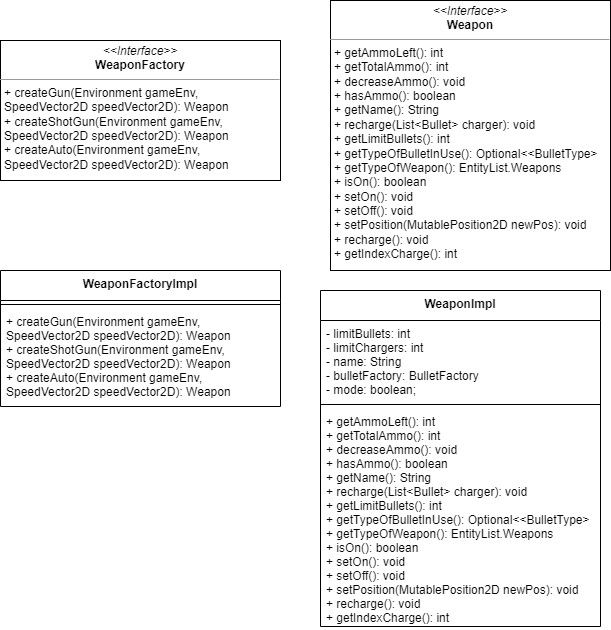
Above: Documentation/relazione/img/Weapon.png in Pensilina14/bullet-ballet (draw.io), before the change. Source tidied: cells renumbered, new cells last; positions are measured from the earlier drawing's top-left corner, leaving out a move shared by most shapes. Its diagram source:
```xml
<mxGraphModel>
  <root>
    <mxCell id="0" />
    <mxCell id="1" parent="0" />
    <mxCell id="2" value="WeaponImpl" style="swimlane;fontStyle=1;align=center;verticalAlign=top;horizontal=1;startSize=30;" parent="1" vertex="1">
      <mxGeometry x="320" y="290" width="280" height="336" as="geometry" />
    </mxCell>
    <mxCell id="3" value="- limitBullets: int&#10;- limitChargers: int&#10;- name: String&#10;- bulletFactory: BulletFactory&#10;- mode: boolean;" style="text;strokeColor=none;fillColor=none;align=left;verticalAlign=top;spacingLeft=4;spacingRight=4;overflow=hidden;" parent="2" vertex="1">
      <mxGeometry y="30" width="280" height="80" as="geometry" />
    </mxCell>
    <mxCell id="4" style="line;strokeWidth=1;fillColor=none;align=left;verticalAlign=middle;spacingTop=-1;spacingLeft=3;spacingRight=3;labelPosition=right;" parent="2" vertex="1">
      <mxGeometry y="110" width="280" height="8" as="geometry" />
    </mxCell>
    <mxCell id="5" value="+ getAmmoLeft(): int&#10;+ getTotalAmmo(): int&#10;+ decreaseAmmo(): void&#10;+ hasAmmo(): boolean&#10;+ getName(): String&#10;+ recharge(List&lt;Bullet&gt; charger): void&#10;+ getLimitBullets(): int&#10;+ getTypeOfBulletInUse(): Optional&lt;&lt;BulletType&gt;&#10;+ getTypeOfWeapon(): EntityList.Weapons&#10;+ isOn(): boolean&#10;+ setOn(): void&#10;+ setOff(): void&#10;+ setPosition(MutablePosition2D newPos): void&#10;+ recharge(): void&#10;+ getIndexCharge(): int " style="text;strokeColor=none;fillColor=none;align=left;verticalAlign=top;spacingLeft=4;spacingRight=4;overflow=hidden;" parent="2" vertex="1">
      <mxGeometry y="118" width="280" height="218" as="geometry" />
    </mxCell>
    <mxCell id="6" value="&lt;p style=&quot;margin: 0px ; margin-top: 4px ; text-align: center&quot;&gt;&lt;i&gt;&amp;lt;&amp;lt;Interface&amp;gt;&amp;gt;&lt;/i&gt;&lt;br&gt;&lt;b&gt;Weapon&lt;/b&gt;&lt;/p&gt;&lt;hr size=&quot;1&quot;&gt;&lt;p style=&quot;margin: 0px ; margin-left: 4px&quot;&gt;+ getAmmoLeft(): int&lt;/p&gt;&lt;p style=&quot;margin: 0px ; margin-left: 4px&quot;&gt;+ getTotalAmmo(): int&lt;/p&gt;&lt;p style=&quot;margin: 0px ; margin-left: 4px&quot;&gt;+ decreaseAmmo(): void&lt;/p&gt;&lt;p style=&quot;margin: 0px ; margin-left: 4px&quot;&gt;+ hasAmmo(): boolean&lt;/p&gt;&lt;p style=&quot;margin: 0px ; margin-left: 4px&quot;&gt;+ getName(): String&lt;/p&gt;&lt;p style=&quot;margin: 0px ; margin-left: 4px&quot;&gt;+ recharge(List&amp;lt;Bullet&amp;gt; charger): void&lt;/p&gt;&lt;p style=&quot;margin: 0px ; margin-left: 4px&quot;&gt;+ getLimitBullets(): int&lt;/p&gt;&lt;p style=&quot;margin: 0px ; margin-left: 4px&quot;&gt;+ getTypeOfBulletInUse(): Optional&amp;lt;&amp;lt;BulletType&amp;gt;&lt;/p&gt;&lt;p style=&quot;margin: 0px ; margin-left: 4px&quot;&gt;+ getTypeOfWeapon(): EntityList.Weapons&lt;/p&gt;&lt;p style=&quot;margin: 0px ; margin-left: 4px&quot;&gt;+ isOn(): boolean&lt;/p&gt;&lt;p style=&quot;margin: 0px ; margin-left: 4px&quot;&gt;+ setOn(): void&lt;/p&gt;&lt;p style=&quot;margin: 0px ; margin-left: 4px&quot;&gt;+ setOff(): void&lt;/p&gt;&lt;p style=&quot;margin: 0px ; margin-left: 4px&quot;&gt;+ setPosition(MutablePosition2D newPos): void&lt;/p&gt;&lt;p style=&quot;margin: 0px ; margin-left: 4px&quot;&gt;+ recharge(): void&lt;/p&gt;&lt;p style=&quot;margin: 0px ; margin-left: 4px&quot;&gt;+ getIndexCharge(): int&amp;nbsp;&lt;/p&gt;" style="verticalAlign=top;align=left;overflow=fill;fontSize=12;fontFamily=Helvetica;html=1;" parent="1" vertex="1">
      <mxGeometry x="330" width="280" height="270" as="geometry" />
    </mxCell>
    <mxCell id="7" value="&lt;p style=&quot;margin: 0px ; margin-top: 4px ; text-align: center&quot;&gt;&lt;i&gt;&amp;lt;&amp;lt;Interface&amp;gt;&amp;gt;&lt;/i&gt;&lt;br&gt;&lt;b&gt;WeaponFactory&lt;/b&gt;&lt;/p&gt;&lt;hr size=&quot;1&quot;&gt;&lt;p style=&quot;margin: 0px ; margin-left: 4px&quot;&gt;+ createGun(Environment gameEnv,&amp;nbsp;&lt;/p&gt;&lt;p style=&quot;margin: 0px ; margin-left: 4px&quot;&gt;SpeedVector2D speedVector2D): Weapon&lt;/p&gt;&lt;p style=&quot;margin: 0px ; margin-left: 4px&quot;&gt;+ createShotGun(&lt;span&gt;Environment gameEnv,&amp;nbsp;&lt;/span&gt;&lt;/p&gt;&lt;p style=&quot;margin: 0px ; margin-left: 4px&quot;&gt;&lt;span&gt;SpeedVector2D speedVector2D&lt;/span&gt;): Weapon&lt;/p&gt;&lt;p style=&quot;margin: 0px ; margin-left: 4px&quot;&gt;+ createAuto(&lt;span&gt;Environment gameEnv,&amp;nbsp;&lt;/span&gt;&lt;/p&gt;&lt;p style=&quot;margin: 0px ; margin-left: 4px&quot;&gt;&lt;span&gt;SpeedVector2D speedVector2D&lt;/span&gt;): Weapon&lt;/p&gt;" style="verticalAlign=top;align=left;overflow=fill;fontSize=12;fontFamily=Helvetica;html=1;" parent="1" vertex="1">
      <mxGeometry y="40" width="280" height="140" as="geometry" />
    </mxCell>
    <mxCell id="8" value="WeaponFactoryImpl" style="swimlane;fontStyle=1;align=center;verticalAlign=top;horizontal=1;startSize=30;" parent="1" vertex="1">
      <mxGeometry y="270" width="280" height="136" as="geometry" />
    </mxCell>
    <mxCell id="9" style="line;strokeWidth=1;fillColor=none;align=left;verticalAlign=middle;spacingTop=-1;spacingLeft=3;spacingRight=3;labelPosition=right;" parent="8" vertex="1">
      <mxGeometry y="30" width="280" height="8" as="geometry" />
    </mxCell>
    <mxCell id="10" value="+ createGun(Environment gameEnv, &#10;SpeedVector2D speedVector2D): Weapon&#10;+ createShotGun(Environment gameEnv, &#10;SpeedVector2D speedVector2D): Weapon&#10;+ createAuto(Environment gameEnv, &#10;SpeedVector2D speedVector2D): Weapon" style="text;strokeColor=none;fillColor=none;align=left;verticalAlign=top;spacingLeft=4;spacingRight=4;overflow=hidden;points=[[0,0.5],[1,0.5]];portConstraint=eastwest;" parent="8" vertex="1">
      <mxGeometry y="38" width="280" height="98" as="geometry" />
    </mxCell>
  </root>
</mxGraphModel>
```
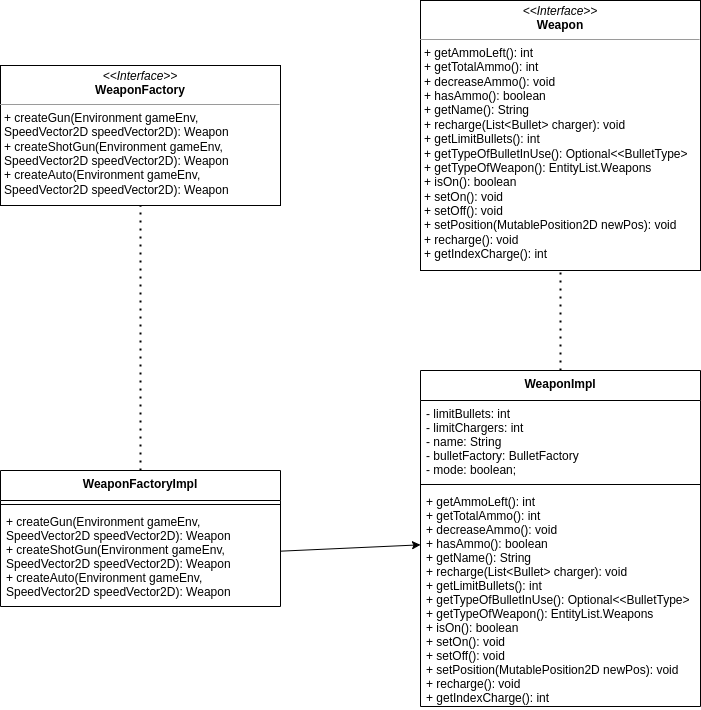
After the change.

Change to the diagram source:
```diff
@@ -1,9 +1,9 @@
 <mxGraphModel>
   <root>
-    <mxCell id="0" />
-    <mxCell id="1" parent="0" />
+    <mxCell id="11" />
+    <mxCell id="12" parent="11" />
-    <mxCell id="2" value="WeaponImpl" style="swimlane;fontStyle=1;align=center;verticalAlign=top;horizontal=1;startSize=30;" parent="1" vertex="1">
-      <mxGeometry x="320" y="290" width="280" height="336" as="geometry" />
+    <mxCell id="2" value="WeaponImpl" style="swimlane;fontStyle=1;align=center;verticalAlign=top;horizontal=1;startSize=30;" parent="12" vertex="1">
+      <mxGeometry x="470" y="340" width="280" height="336" as="geometry" />
     </mxCell>
     <mxCell id="3" value="- limitBullets: int&#10;- limitChargers: int&#10;- name: String&#10;- bulletFactory: BulletFactory&#10;- mode: boolean;" style="text;strokeColor=none;fillColor=none;align=left;verticalAlign=top;spacingLeft=4;spacingRight=4;overflow=hidden;" parent="2" vertex="1">
       <mxGeometry y="30" width="280" height="80" as="geometry" />
@@ -14,14 +14,14 @@
     <mxCell id="5" value="+ getAmmoLeft(): int&#10;+ getTotalAmmo(): int&#10;+ decreaseAmmo(): void&#10;+ hasAmmo(): boolean&#10;+ getName(): String&#10;+ recharge(List&lt;Bullet&gt; charger): void&#10;+ getLimitBullets(): int&#10;+ getTypeOfBulletInUse(): Optional&lt;&lt;BulletType&gt;&#10;+ getTypeOfWeapon(): EntityList.Weapons&#10;+ isOn(): boolean&#10;+ setOn(): void&#10;+ setOff(): void&#10;+ setPosition(MutablePosition2D newPos): void&#10;+ recharge(): void&#10;+ getIndexCharge(): int " style="text;strokeColor=none;fillColor=none;align=left;verticalAlign=top;spacingLeft=4;spacingRight=4;overflow=hidden;" parent="2" vertex="1">
       <mxGeometry y="118" width="280" height="218" as="geometry" />
     </mxCell>
-    <mxCell id="6" value="&lt;p style=&quot;margin: 0px ; margin-top: 4px ; text-align: center&quot;&gt;&lt;i&gt;&amp;lt;&amp;lt;Interface&amp;gt;&amp;gt;&lt;/i&gt;&lt;br&gt;&lt;b&gt;Weapon&lt;/b&gt;&lt;/p&gt;&lt;hr size=&quot;1&quot;&gt;&lt;p style=&quot;margin: 0px ; margin-left: 4px&quot;&gt;+ getAmmoLeft(): int&lt;/p&gt;&lt;p style=&quot;margin: 0px ; margin-left: 4px&quot;&gt;+ getTotalAmmo(): int&lt;/p&gt;&lt;p style=&quot;margin: 0px ; margin-left: 4px&quot;&gt;+ decreaseAmmo(): void&lt;/p&gt;&lt;p style=&quot;margin: 0px ; margin-left: 4px&quot;&gt;+ hasAmmo(): boolean&lt;/p&gt;&lt;p style=&quot;margin: 0px ; margin-left: 4px&quot;&gt;+ getName(): String&lt;/p&gt;&lt;p style=&quot;margin: 0px ; margin-left: 4px&quot;&gt;+ recharge(List&amp;lt;Bullet&amp;gt; charger): void&lt;/p&gt;&lt;p style=&quot;margin: 0px ; margin-left: 4px&quot;&gt;+ getLimitBullets(): int&lt;/p&gt;&lt;p style=&quot;margin: 0px ; margin-left: 4px&quot;&gt;+ getTypeOfBulletInUse(): Optional&amp;lt;&amp;lt;BulletType&amp;gt;&lt;/p&gt;&lt;p style=&quot;margin: 0px ; margin-left: 4px&quot;&gt;+ getTypeOfWeapon(): EntityList.Weapons&lt;/p&gt;&lt;p style=&quot;margin: 0px ; margin-left: 4px&quot;&gt;+ isOn(): boolean&lt;/p&gt;&lt;p style=&quot;margin: 0px ; margin-left: 4px&quot;&gt;+ setOn(): void&lt;/p&gt;&lt;p style=&quot;margin: 0px ; margin-left: 4px&quot;&gt;+ setOff(): void&lt;/p&gt;&lt;p style=&quot;margin: 0px ; margin-left: 4px&quot;&gt;+ setPosition(MutablePosition2D newPos): void&lt;/p&gt;&lt;p style=&quot;margin: 0px ; margin-left: 4px&quot;&gt;+ recharge(): void&lt;/p&gt;&lt;p style=&quot;margin: 0px ; margin-left: 4px&quot;&gt;+ getIndexCharge(): int&amp;nbsp;&lt;/p&gt;" style="verticalAlign=top;align=left;overflow=fill;fontSize=12;fontFamily=Helvetica;html=1;" parent="1" vertex="1">
-      <mxGeometry x="330" width="280" height="270" as="geometry" />
+    <mxCell id="6" value="&lt;p style=&quot;margin: 0px ; margin-top: 4px ; text-align: center&quot;&gt;&lt;i&gt;&amp;lt;&amp;lt;Interface&amp;gt;&amp;gt;&lt;/i&gt;&lt;br&gt;&lt;b&gt;Weapon&lt;/b&gt;&lt;/p&gt;&lt;hr size=&quot;1&quot;&gt;&lt;p style=&quot;margin: 0px ; margin-left: 4px&quot;&gt;+ getAmmoLeft(): int&lt;/p&gt;&lt;p style=&quot;margin: 0px ; margin-left: 4px&quot;&gt;+ getTotalAmmo(): int&lt;/p&gt;&lt;p style=&quot;margin: 0px ; margin-left: 4px&quot;&gt;+ decreaseAmmo(): void&lt;/p&gt;&lt;p style=&quot;margin: 0px ; margin-left: 4px&quot;&gt;+ hasAmmo(): boolean&lt;/p&gt;&lt;p style=&quot;margin: 0px ; margin-left: 4px&quot;&gt;+ getName(): String&lt;/p&gt;&lt;p style=&quot;margin: 0px ; margin-left: 4px&quot;&gt;+ recharge(List&amp;lt;Bullet&amp;gt; charger): void&lt;/p&gt;&lt;p style=&quot;margin: 0px ; margin-left: 4px&quot;&gt;+ getLimitBullets(): int&lt;/p&gt;&lt;p style=&quot;margin: 0px ; margin-left: 4px&quot;&gt;+ getTypeOfBulletInUse(): Optional&amp;lt;&amp;lt;BulletType&amp;gt;&lt;/p&gt;&lt;p style=&quot;margin: 0px ; margin-left: 4px&quot;&gt;+ getTypeOfWeapon(): EntityList.Weapons&lt;/p&gt;&lt;p style=&quot;margin: 0px ; margin-left: 4px&quot;&gt;+ isOn(): boolean&lt;/p&gt;&lt;p style=&quot;margin: 0px ; margin-left: 4px&quot;&gt;+ setOn(): void&lt;/p&gt;&lt;p style=&quot;margin: 0px ; margin-left: 4px&quot;&gt;+ setOff(): void&lt;/p&gt;&lt;p style=&quot;margin: 0px ; margin-left: 4px&quot;&gt;+ setPosition(MutablePosition2D newPos): void&lt;/p&gt;&lt;p style=&quot;margin: 0px ; margin-left: 4px&quot;&gt;+ recharge(): void&lt;/p&gt;&lt;p style=&quot;margin: 0px ; margin-left: 4px&quot;&gt;+ getIndexCharge(): int&amp;nbsp;&lt;/p&gt;" style="verticalAlign=top;align=left;overflow=fill;fontSize=12;fontFamily=Helvetica;html=1;" parent="12" vertex="1">
+      <mxGeometry x="470" y="-30" width="280" height="270" as="geometry" />
     </mxCell>
-    <mxCell id="7" value="&lt;p style=&quot;margin: 0px ; margin-top: 4px ; text-align: center&quot;&gt;&lt;i&gt;&amp;lt;&amp;lt;Interface&amp;gt;&amp;gt;&lt;/i&gt;&lt;br&gt;&lt;b&gt;WeaponFactory&lt;/b&gt;&lt;/p&gt;&lt;hr size=&quot;1&quot;&gt;&lt;p style=&quot;margin: 0px ; margin-left: 4px&quot;&gt;+ createGun(Environment gameEnv,&amp;nbsp;&lt;/p&gt;&lt;p style=&quot;margin: 0px ; margin-left: 4px&quot;&gt;SpeedVector2D speedVector2D): Weapon&lt;/p&gt;&lt;p style=&quot;margin: 0px ; margin-left: 4px&quot;&gt;+ createShotGun(&lt;span&gt;Environment gameEnv,&amp;nbsp;&lt;/span&gt;&lt;/p&gt;&lt;p style=&quot;margin: 0px ; margin-left: 4px&quot;&gt;&lt;span&gt;SpeedVector2D speedVector2D&lt;/span&gt;): Weapon&lt;/p&gt;&lt;p style=&quot;margin: 0px ; margin-left: 4px&quot;&gt;+ createAuto(&lt;span&gt;Environment gameEnv,&amp;nbsp;&lt;/span&gt;&lt;/p&gt;&lt;p style=&quot;margin: 0px ; margin-left: 4px&quot;&gt;&lt;span&gt;SpeedVector2D speedVector2D&lt;/span&gt;): Weapon&lt;/p&gt;" style="verticalAlign=top;align=left;overflow=fill;fontSize=12;fontFamily=Helvetica;html=1;" parent="1" vertex="1">
-      <mxGeometry y="40" width="280" height="140" as="geometry" />
+    <mxCell id="7" value="&lt;p style=&quot;margin: 0px ; margin-top: 4px ; text-align: center&quot;&gt;&lt;i&gt;&amp;lt;&amp;lt;Interface&amp;gt;&amp;gt;&lt;/i&gt;&lt;br&gt;&lt;b&gt;WeaponFactory&lt;/b&gt;&lt;/p&gt;&lt;hr size=&quot;1&quot;&gt;&lt;p style=&quot;margin: 0px ; margin-left: 4px&quot;&gt;+ createGun(Environment gameEnv,&amp;nbsp;&lt;/p&gt;&lt;p style=&quot;margin: 0px ; margin-left: 4px&quot;&gt;SpeedVector2D speedVector2D): Weapon&lt;/p&gt;&lt;p style=&quot;margin: 0px ; margin-left: 4px&quot;&gt;+ createShotGun(&lt;span&gt;Environment gameEnv,&amp;nbsp;&lt;/span&gt;&lt;/p&gt;&lt;p style=&quot;margin: 0px ; margin-left: 4px&quot;&gt;&lt;span&gt;SpeedVector2D speedVector2D&lt;/span&gt;): Weapon&lt;/p&gt;&lt;p style=&quot;margin: 0px ; margin-left: 4px&quot;&gt;+ createAuto(&lt;span&gt;Environment gameEnv,&amp;nbsp;&lt;/span&gt;&lt;/p&gt;&lt;p style=&quot;margin: 0px ; margin-left: 4px&quot;&gt;&lt;span&gt;SpeedVector2D speedVector2D&lt;/span&gt;): Weapon&lt;/p&gt;" style="verticalAlign=top;align=left;overflow=fill;fontSize=12;fontFamily=Helvetica;html=1;" parent="12" vertex="1">
+      <mxGeometry x="50" y="35" width="280" height="140" as="geometry" />
     </mxCell>
-    <mxCell id="8" value="WeaponFactoryImpl" style="swimlane;fontStyle=1;align=center;verticalAlign=top;horizontal=1;startSize=30;" parent="1" vertex="1">
-      <mxGeometry y="270" width="280" height="136" as="geometry" />
+    <mxCell id="8" value="WeaponFactoryImpl" style="swimlane;fontStyle=1;align=center;verticalAlign=top;horizontal=1;startSize=30;" parent="12" vertex="1">
+      <mxGeometry x="50" y="440" width="280" height="136" as="geometry" />
     </mxCell>
     <mxCell id="9" style="line;strokeWidth=1;fillColor=none;align=left;verticalAlign=middle;spacingTop=-1;spacingLeft=3;spacingRight=3;labelPosition=right;" parent="8" vertex="1">
       <mxGeometry y="30" width="280" height="8" as="geometry" />
@@ -29,5 +29,14 @@
     <mxCell id="10" value="+ createGun(Environment gameEnv, &#10;SpeedVector2D speedVector2D): Weapon&#10;+ createShotGun(Environment gameEnv, &#10;SpeedVector2D speedVector2D): Weapon&#10;+ createAuto(Environment gameEnv, &#10;SpeedVector2D speedVector2D): Weapon" style="text;strokeColor=none;fillColor=none;align=left;verticalAlign=top;spacingLeft=4;spacingRight=4;overflow=hidden;points=[[0,0.5],[1,0.5]];portConstraint=eastwest;" parent="8" vertex="1">
       <mxGeometry y="38" width="280" height="98" as="geometry" />
     </mxCell>
+    <mxCell id="13" style="endArrow=none;dashed=1;html=1;dashPattern=1 3;strokeWidth=2;rounded=0;" parent="12" edge="1" source="2" target="6">
+      <mxGeometry relative="1" as="geometry" />
+    </mxCell>
+    <mxCell id="14" style="endArrow=none;dashed=1;html=1;dashPattern=1 3;strokeWidth=2;rounded=0;" parent="12" edge="1" source="8" target="7">
+      <mxGeometry relative="1" as="geometry" />
+    </mxCell>
+    <mxCell id="15" style="endArrow=classic;html=1;rounded=0;" parent="12" edge="1" source="10" target="2">
+      <mxGeometry relative="1" as="geometry" />
+    </mxCell>
   </root>
 </mxGraphModel>
```
